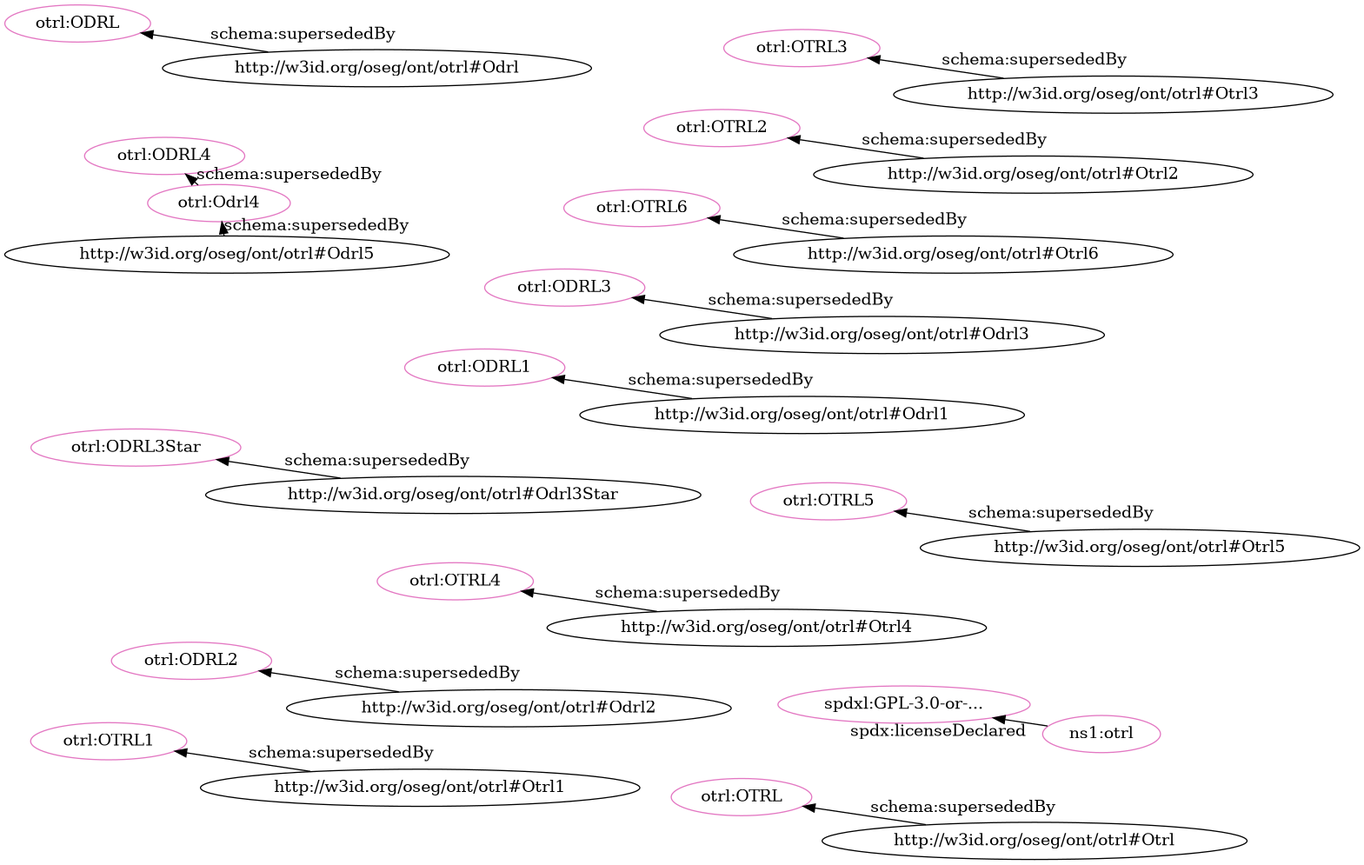
Above: src/spec/dot_otrl_deprecated-clean.png in iop-alliance/OpenKnowHow (Graphviz), before the change. Its source is kept beside it as src/spec/dot_otrl_deprecated-clean.dot.
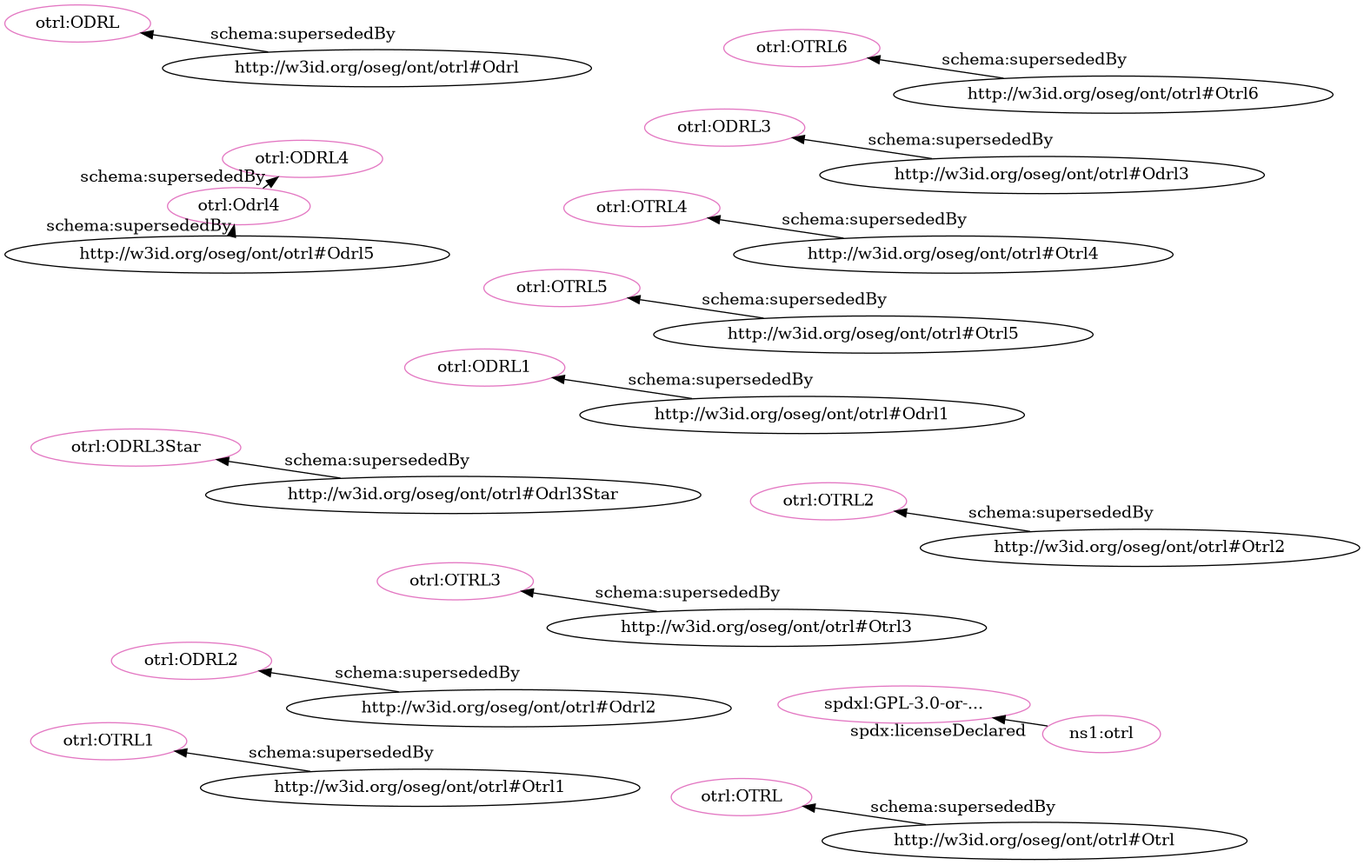
Later version of the same file.

The edit, as a diff of the source:
```diff
@@ -1,35 +1,35 @@
 digraph G {
   rankdir=BT
   node[height=.3]
+"http://w3id.org/oseg/ont/otrl#ODRL1" [fillcolor="#e377c2" color="#e377c2" label="otrl:ODRL1"]
+"http://w3id.org/oseg/ont/otrl#OTRL5" [fillcolor="#e377c2" color="#e377c2" label="otrl:OTRL5"]
+"http://w3id.org/oseg/ont/otrl#OTRL3" [fillcolor="#e377c2" color="#e377c2" label="otrl:OTRL3"]
+"http://w3id.org/oseg/ont/otrl#OTRL4" [fillcolor="#e377c2" color="#e377c2" label="otrl:OTRL4"]
+"http://w3id.org/oseg/ont/otrl#Odrl4" [fillcolor="#e377c2" color="#e377c2" label="otrl:Odrl4"]
+"http://w3id.org/oseg/ont/otrl#ODRL3" [fillcolor="#e377c2" color="#e377c2" label="otrl:ODRL3"]
+"http://w3id.org/oseg/ont/otrl#ODRL4" [fillcolor="#e377c2" color="#e377c2" label="otrl:ODRL4"]
+"http://w3id.org/oseg/ont/otrl#ODRL2" [fillcolor="#e377c2" color="#e377c2" label="otrl:ODRL2"]
+"http://w3id.org/oseg/ont/otrl#OTRL6" [fillcolor="#e377c2" color="#e377c2" label="otrl:OTRL6"]
 "http://w3id.org/oseg/ont/otrl#OTRL" [fillcolor="#e377c2" color="#e377c2" label="otrl:OTRL"]
 "http://spdx.org/licenses/GPL-3.0-or-later" [fillcolor="#e377c2" color="#e377c2" label="spdxl:GPL-3.0-or-..."]
-"http://w3id.org/oseg/ont/otrl#ODRL1" [fillcolor="#e377c2" color="#e377c2" label="otrl:ODRL1"]
-"http://w3id.org/oseg/ont/otrl#ODRL3" [fillcolor="#e377c2" color="#e377c2" label="otrl:ODRL3"]
-"http://w3id.org/oseg/ont/otrl#OTRL4" [fillcolor="#e377c2" color="#e377c2" label="otrl:OTRL4"]
-"http://w3id.org/oseg/ont/otrl#OTRL6" [fillcolor="#e377c2" color="#e377c2" label="otrl:OTRL6"]
+"http://w3id.org/oseg/ont/otrl#OTRL1" [fillcolor="#e377c2" color="#e377c2" label="otrl:OTRL1"]
+"http://w3id.org/oseg/ont/otrl#ODRL3Star" [fillcolor="#e377c2" color="#e377c2" label="otrl:ODRL3Star"]
+"http://w3id.org/oseg/ont/otrl" [fillcolor="#e377c2" color="#e377c2" label="ns1:otrl"]
 "http://w3id.org/oseg/ont/otrl#OTRL2" [fillcolor="#e377c2" color="#e377c2" label="otrl:OTRL2"]
-"http://w3id.org/oseg/ont/otrl#ODRL3Star" [fillcolor="#e377c2" color="#e377c2" label="otrl:ODRL3Star"]
-"http://w3id.org/oseg/ont/otrl#ODRL4" [fillcolor="#e377c2" color="#e377c2" label="otrl:ODRL4"]
 "http://w3id.org/oseg/ont/otrl#ODRL" [fillcolor="#e377c2" color="#e377c2" label="otrl:ODRL"]
-"http://w3id.org/oseg/ont/otrl#ODRL2" [fillcolor="#e377c2" color="#e377c2" label="otrl:ODRL2"]
-"http://w3id.org/oseg/ont/otrl#Odrl4" [fillcolor="#e377c2" color="#e377c2" label="otrl:Odrl4"]
-"http://w3id.org/oseg/ont/otrl#OTRL3" [fillcolor="#e377c2" color="#e377c2" label="otrl:OTRL3"]
-"http://w3id.org/oseg/ont/otrl#OTRL1" [fillcolor="#e377c2" color="#e377c2" label="otrl:OTRL1"]
-"http://w3id.org/oseg/ont/otrl#OTRL5" [fillcolor="#e377c2" color="#e377c2" label="otrl:OTRL5"]
-"http://w3id.org/oseg/ont/otrl" [fillcolor="#e377c2" color="#e377c2" label="ns1:otrl"]
+  "http://w3id.org/oseg/ont/otrl#Odrl1" -> "http://w3id.org/oseg/ont/otrl#ODRL1" [label="schema:supersededBy"]
+  "http://w3id.org/oseg/ont/otrl#Otrl5" -> "http://w3id.org/oseg/ont/otrl#OTRL5" [label="schema:supersededBy"]
+  "http://w3id.org/oseg/ont/otrl#Otrl3" -> "http://w3id.org/oseg/ont/otrl#OTRL3" [label="schema:supersededBy"]
+  "http://w3id.org/oseg/ont/otrl#Otrl4" -> "http://w3id.org/oseg/ont/otrl#OTRL4" [label="schema:supersededBy"]
+  "http://w3id.org/oseg/ont/otrl#Odrl5" -> "http://w3id.org/oseg/ont/otrl#Odrl4" [label="schema:supersededBy"]
+  "http://w3id.org/oseg/ont/otrl#Odrl3" -> "http://w3id.org/oseg/ont/otrl#ODRL3" [label="schema:supersededBy"]
+  "http://w3id.org/oseg/ont/otrl#Odrl4" -> "http://w3id.org/oseg/ont/otrl#ODRL4" [label="schema:supersededBy"]
+  "http://w3id.org/oseg/ont/otrl#Odrl2" -> "http://w3id.org/oseg/ont/otrl#ODRL2" [label="schema:supersededBy"]
+  "http://w3id.org/oseg/ont/otrl#Otrl6" -> "http://w3id.org/oseg/ont/otrl#OTRL6" [label="schema:supersededBy"]
+  "http://w3id.org/oseg/ont/otrl#Odrl" -> "http://w3id.org/oseg/ont/otrl#ODRL" [label="schema:supersededBy"]
   "http://w3id.org/oseg/ont/otrl#Otrl" -> "http://w3id.org/oseg/ont/otrl#OTRL" [label="schema:supersededBy"]
   "http://w3id.org/oseg/ont/otrl" -> "http://spdx.org/licenses/GPL-3.0-or-later" [label="spdx:licenseDeclared"]
-  "http://w3id.org/oseg/ont/otrl#Odrl1" -> "http://w3id.org/oseg/ont/otrl#ODRL1" [label="schema:supersededBy"]
-  "http://w3id.org/oseg/ont/otrl#Otrl4" -> "http://w3id.org/oseg/ont/otrl#OTRL4" [label="schema:supersededBy"]
-  "http://w3id.org/oseg/ont/otrl#Odrl3" -> "http://w3id.org/oseg/ont/otrl#ODRL3" [label="schema:supersededBy"]
-  "http://w3id.org/oseg/ont/otrl#Otrl6" -> "http://w3id.org/oseg/ont/otrl#OTRL6" [label="schema:supersededBy"]
+  "http://w3id.org/oseg/ont/otrl#Otrl1" -> "http://w3id.org/oseg/ont/otrl#OTRL1" [label="schema:supersededBy"]
+  "http://w3id.org/oseg/ont/otrl#Odrl3Star" -> "http://w3id.org/oseg/ont/otrl#ODRL3Star" [label="schema:supersededBy"]
   "http://w3id.org/oseg/ont/otrl#Otrl2" -> "http://w3id.org/oseg/ont/otrl#OTRL2" [label="schema:supersededBy"]
-  "http://w3id.org/oseg/ont/otrl#Odrl3Star" -> "http://w3id.org/oseg/ont/otrl#ODRL3Star" [label="schema:supersededBy"]
-  "http://w3id.org/oseg/ont/otrl#Odrl4" -> "http://w3id.org/oseg/ont/otrl#ODRL4" [label="schema:supersededBy"]
-  "http://w3id.org/oseg/ont/otrl#Odrl" -> "http://w3id.org/oseg/ont/otrl#ODRL" [label="schema:supersededBy"]
-  "http://w3id.org/oseg/ont/otrl#Odrl2" -> "http://w3id.org/oseg/ont/otrl#ODRL2" [label="schema:supersededBy"]
-  "http://w3id.org/oseg/ont/otrl#Otrl3" -> "http://w3id.org/oseg/ont/otrl#OTRL3" [label="schema:supersededBy"]
-  "http://w3id.org/oseg/ont/otrl#Odrl5" -> "http://w3id.org/oseg/ont/otrl#Odrl4" [label="schema:supersededBy"]
-  "http://w3id.org/oseg/ont/otrl#Otrl1" -> "http://w3id.org/oseg/ont/otrl#OTRL1" [label="schema:supersededBy"]
-  "http://w3id.org/oseg/ont/otrl#Otrl5" -> "http://w3id.org/oseg/ont/otrl#OTRL5" [label="schema:supersededBy"]
 }
```
